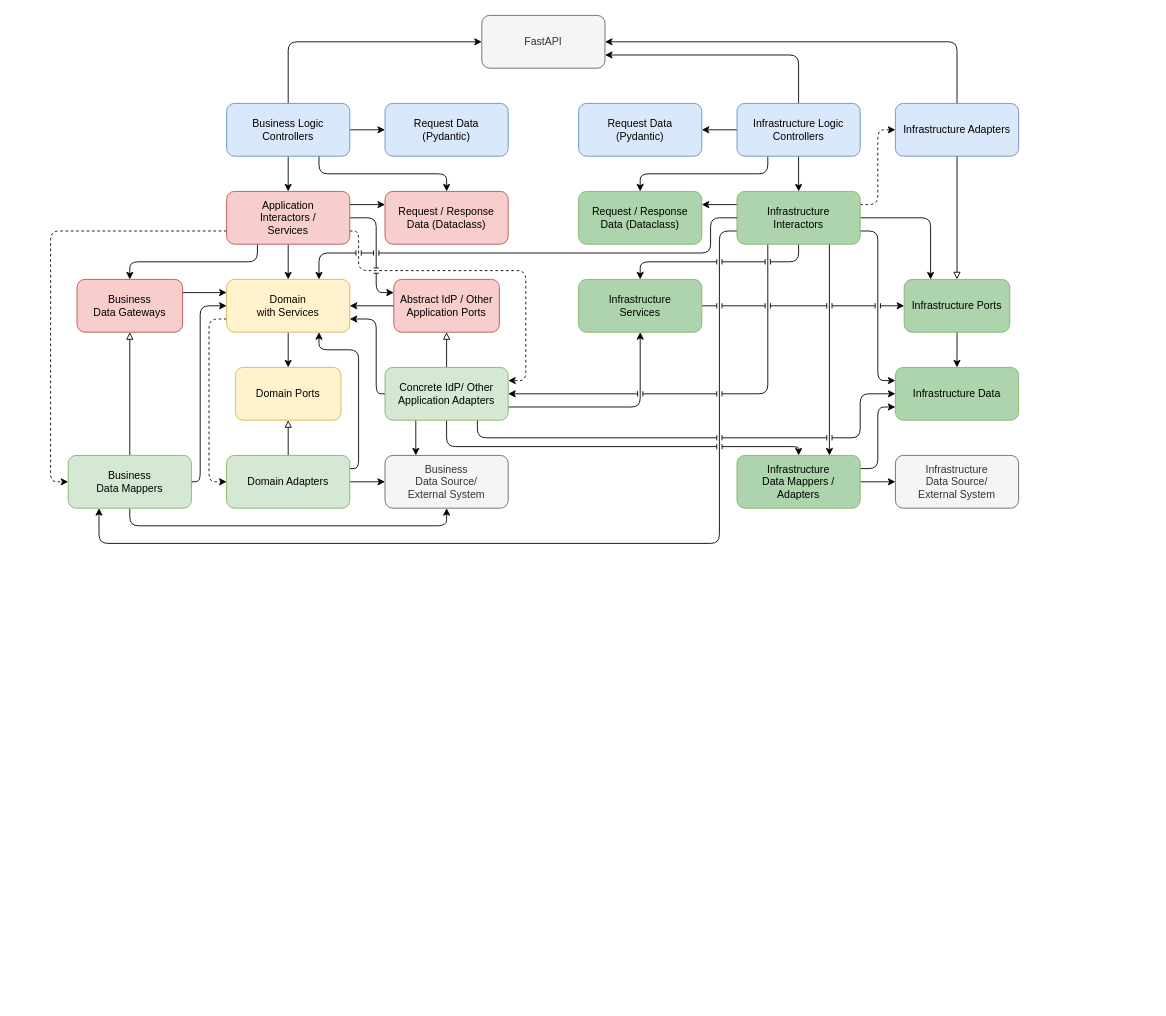
This is docs/draw.io/dep_graph_detail_white.drawio from ivan-borovets/fastapi-clean-example, a draw.io file, before an edit. Source tidied: cells renumbered, new cells numbered last; positions are measured from the earlier drawing's top-left corner, leaving out a move shared by most shapes. Both pictures are drawn from the tidied source at 88%, with x=0, y=0 at pixel (50, 15).
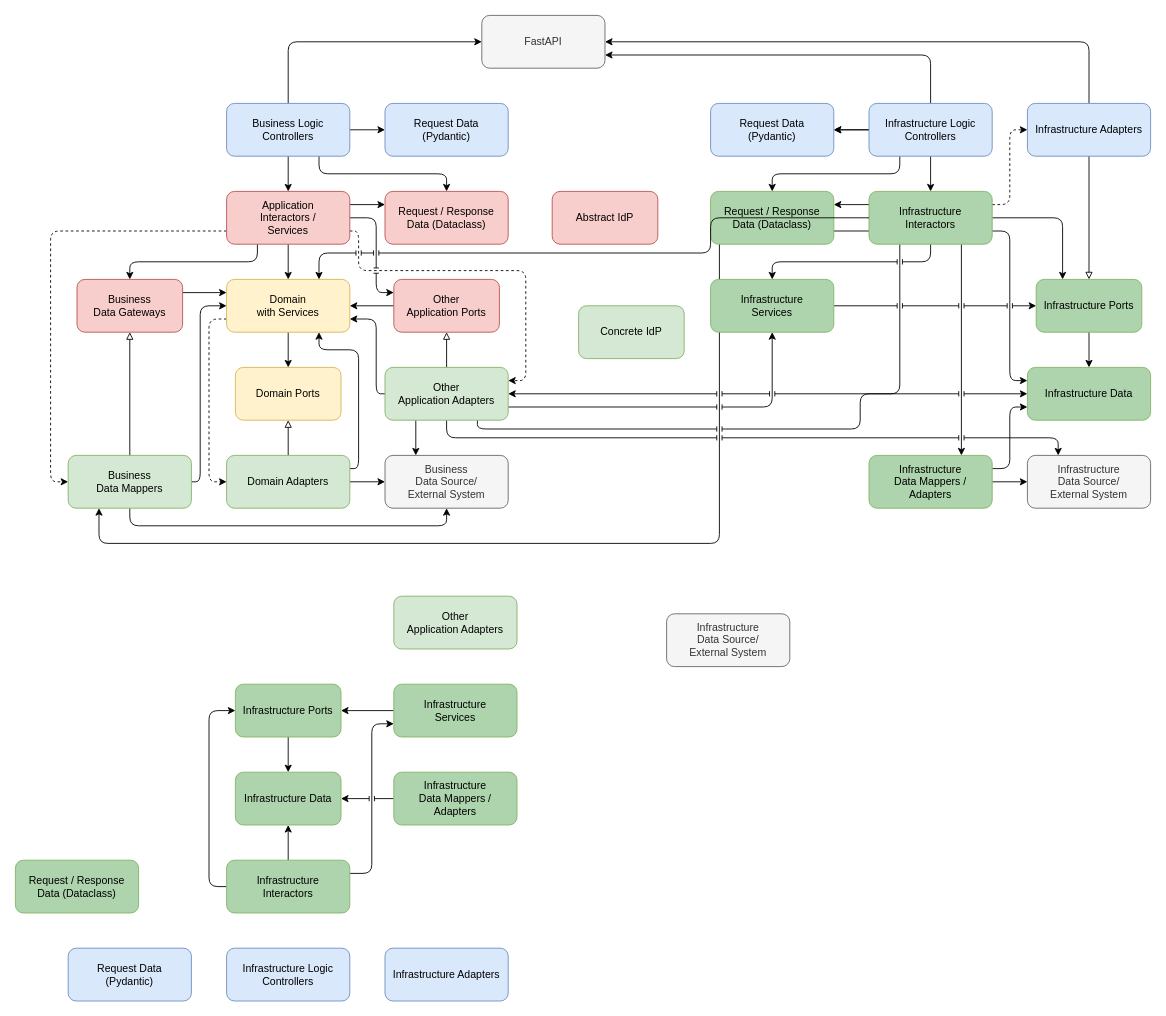
Above is the later version.

Change to the diagram source:
```diff
@@
     <mxCell id="5" style="edgeStyle=orthogonalEdgeStyle;rounded=1;jettySize=auto;html=1;exitX=0.75;exitY=1;exitDx=0;exitDy=0;entryX=0;entryY=0.5;entryDx=0;entryDy=0;jumpStyle=line;curved=0;" parent="1" edge="1" source="22" target="66">
       <mxGeometry relative="1" as="geometry">
         <Array as="points">
-          <mxPoint x="485" y="480" />
-          <mxPoint x="920" y="480" />
+          <mxPoint x="485" y="470" />
+          <mxPoint x="920" y="470" />
           <mxPoint x="920" y="430" />
         </Array>
       </mxGeometry>
     </mxCell>
@@
-    <mxCell id="16" value="Abstract IdP /&amp;nbsp;&lt;span style=&quot;background-color: initial;&quot;&gt;Other&lt;/span&gt;&lt;div&gt;Application Ports&lt;/div&gt;" style="rounded=1;whiteSpace=wrap;html=1;fillColor=#f8cecc;strokeColor=#b85450;" parent="1" vertex="1">
+    <mxCell id="16" value="&lt;span style=&quot;background-color: initial;&quot;&gt;Other&lt;/span&gt;&lt;div&gt;Application Ports&lt;/div&gt;" style="rounded=1;whiteSpace=wrap;html=1;fillColor=#f8cecc;strokeColor=#b85450;" parent="1" vertex="1">
       <mxGeometry x="390" y="300" width="120" height="60" as="geometry" />
     </mxCell>
@@
-    <mxCell id="20" style="edgeStyle=orthogonalEdgeStyle;rounded=1;jettySize=auto;html=1;exitX=0.5;exitY=1;exitDx=0;exitDy=0;entryX=0.5;entryY=0;entryDx=0;entryDy=0;curved=0;jumpStyle=line;" parent="1" edge="1" source="22" target="51">
+    <mxCell id="20" style="edgeStyle=orthogonalEdgeStyle;rounded=1;jettySize=auto;html=1;exitX=0.5;exitY=1;exitDx=0;exitDy=0;entryX=0.25;entryY=0;entryDx=0;entryDy=0;curved=0;jumpStyle=line;" parent="1" edge="1" source="22" target="65">
       <mxGeometry relative="1" as="geometry">
         <Array as="points">
-          <mxPoint x="450" y="490" />
-          <mxPoint x="850" y="490" />
+          <mxPoint x="450" y="480" />
+          <mxPoint x="1145" y="480" />
         </Array>
       </mxGeometry>
     </mxCell>
@@
-    <mxCell id="22" value="Concrete IdP/ Other&lt;br&gt;Application Adapters" style="rounded=1;whiteSpace=wrap;html=1;fillColor=#d5e8d4;strokeColor=#82b366;" parent="1" vertex="1">
+    <mxCell id="22" value="&lt;div&gt;&lt;span style=&quot;background-color: initial;&quot;&gt;Other&lt;/span&gt;&lt;/div&gt;Application Adapters" style="rounded=1;whiteSpace=wrap;html=1;fillColor=#d5e8d4;strokeColor=#82b366;" parent="1" vertex="1">
       <mxGeometry x="380" y="400" width="140" height="60" as="geometry" />
     </mxCell>
@@
     <mxCell id="38" style="edgeStyle=orthogonalEdgeStyle;rounded=1;jettySize=auto;html=1;exitX=1;exitY=0.25;exitDx=0;exitDy=0;entryX=0;entryY=0.5;entryDx=0;entryDy=0;dashed=1;flowAnimation=1;flowAnimationDirection=reverse;curved=0;" parent="1" edge="1" source="42" target="62">
       <mxGeometry relative="1" as="geometry">
         <Array as="points">
-          <mxPoint x="940" y="215" />
-          <mxPoint x="940" y="130" />
+          <mxPoint x="1090" y="215" />
+          <mxPoint x="1090" y="130" />
         </Array>
       </mxGeometry>
     </mxCell>
     <mxCell id="39" style="edgeStyle=orthogonalEdgeStyle;rounded=1;jettySize=auto;html=1;exitX=1;exitY=0.75;exitDx=0;exitDy=0;entryX=0;entryY=0.25;entryDx=0;entryDy=0;curved=0;" parent="1" edge="1" source="42" target="66">
       <mxGeometry relative="1" as="geometry">
         <Array as="points">
-          <mxPoint x="940" y="245" />
-          <mxPoint x="940" y="415" />
+          <mxPoint x="1090" y="245" />
+          <mxPoint x="1090" y="415" />
         </Array>
       </mxGeometry>
     </mxCell>
@@
     <mxCell id="42" value="Infrastructure&lt;br&gt;Interactors" style="rounded=1;whiteSpace=wrap;html=1;fillColor=#ADD4AC;strokeColor=#82b366;gradientColor=none;" parent="1" vertex="1">
-      <mxGeometry x="780" y="200" width="140" height="60" as="geometry" />
+      <mxGeometry x="930" y="200" width="140" height="60" as="geometry" />
     </mxCell>
@@
     <mxCell id="45" style="edgeStyle=orthogonalEdgeStyle;rounded=1;jettySize=auto;html=1;exitX=0.25;exitY=1;exitDx=0;exitDy=0;entryX=0.5;entryY=0;entryDx=0;entryDy=0;curved=0;" parent="1" edge="1" source="47" target="48">
       <mxGeometry relative="1" as="geometry">
         <Array as="points">
-          <mxPoint x="815" y="180" />
-          <mxPoint x="670" y="180" />
+          <mxPoint x="965" y="180" />
+          <mxPoint x="820" y="180" />
         </Array>
       </mxGeometry>
     </mxCell>
@@
+    <mxCell id="70" style="edgeStyle=orthogonalEdgeStyle;rounded=0;jettySize=auto;html=1;" parent="1" edge="1" source="47" target="52">
+      <mxGeometry relative="1" as="geometry" />
+    </mxCell>
     <mxCell id="47" value="Infrastructure Logic Controllers" style="rounded=1;whiteSpace=wrap;html=1;fillColor=#dae8fc;strokeColor=#6c8ebf;" parent="1" vertex="1">
-      <mxGeometry x="780" y="100" width="140" height="60" as="geometry" />
+      <mxGeometry x="930" y="100" width="140" height="60" as="geometry" />
     </mxCell>
     <mxCell id="48" value="Request / Response&lt;br&gt;Data&amp;nbsp;&lt;span style=&quot;background-color: initial;&quot;&gt;(Dataclass)&lt;/span&gt;" style="rounded=1;whiteSpace=wrap;html=1;fillColor=#ADD4AC;strokeColor=#82b366;gradientColor=none;" parent="1" vertex="1">
-      <mxGeometry x="600" y="200" width="140" height="60" as="geometry" />
+      <mxGeometry x="750" y="200" width="140" height="60" as="geometry" />
     </mxCell>
@@
     <mxCell id="51" value="Infrastructure&lt;br&gt;Data Mappers /&lt;br&gt;Adapters" style="rounded=1;whiteSpace=wrap;html=1;fillColor=#ADD4AC;strokeColor=#82b366;gradientColor=none;" parent="1" vertex="1">
-      <mxGeometry x="780" y="500" width="140" height="60" as="geometry" />
+      <mxGeometry x="930" y="500" width="140" height="60" as="geometry" />
     </mxCell>
     <mxCell id="52" value="Request Data&lt;div&gt;(Pydantic)&lt;/div&gt;" style="rounded=1;whiteSpace=wrap;html=1;fillColor=#dae8fc;strokeColor=#6c8ebf;" parent="1" vertex="1">
-      <mxGeometry x="600" y="100" width="140" height="60" as="geometry" />
+      <mxGeometry x="750" y="100" width="140" height="60" as="geometry" />
     </mxCell>
@@
     <mxCell id="62" value="Infrastructure Adapters" style="rounded=1;whiteSpace=wrap;html=1;fillColor=#dae8fc;strokeColor=#6c8ebf;" parent="1" vertex="1">
-      <mxGeometry x="960" y="100" width="140" height="60" as="geometry" />
+      <mxGeometry x="1110" y="100" width="140" height="60" as="geometry" />
     </mxCell>
@@
     <mxCell id="64" value="Infrastructure Ports" style="rounded=1;whiteSpace=wrap;html=1;fillColor=#ADD4AC;strokeColor=#82b366;gradientColor=none;" parent="1" vertex="1">
-      <mxGeometry x="970" y="300" width="120" height="60" as="geometry" />
+      <mxGeometry x="1120" y="300" width="120" height="60" as="geometry" />
     </mxCell>
     <mxCell id="65" value="Infrastructure&lt;br&gt;Data Source/&lt;br&gt;External System" style="rounded=1;whiteSpace=wrap;html=1;fillColor=#f5f5f5;strokeColor=#666666;fontColor=#333333;" parent="1" vertex="1">
-      <mxGeometry x="960" y="500" width="140" height="60" as="geometry" />
+      <mxGeometry x="1110" y="500" width="140" height="60" as="geometry" />
     </mxCell>
     <mxCell id="66" value="Infrastructure Data" style="rounded=1;whiteSpace=wrap;html=1;fillColor=#ADD4AC;strokeColor=#82b366;gradientColor=none;" parent="1" vertex="1">
-      <mxGeometry x="960" y="400" width="140" height="60" as="geometry" />
+      <mxGeometry x="1110" y="400" width="140" height="60" as="geometry" />
     </mxCell>
@@
     <mxCell id="69" value="Infrastructure&lt;br&gt;Services" style="rounded=1;whiteSpace=wrap;html=1;fillColor=#ADD4AC;strokeColor=#82b366;gradientColor=none;" parent="1" vertex="1">
-      <mxGeometry x="600" y="300" width="140" height="60" as="geometry" />
+      <mxGeometry x="750" y="300" width="140" height="60" as="geometry" />
     </mxCell>
+    <mxCell id="71" value="Concrete IdP" style="rounded=1;whiteSpace=wrap;html=1;fillColor=#d5e8d4;strokeColor=#82b366;" parent="1" vertex="1">
+      <mxGeometry x="600" y="330" width="120" height="60" as="geometry" />
+    </mxCell>
+    <mxCell id="72" value="Abstract IdP" style="rounded=1;whiteSpace=wrap;html=1;fillColor=#f8cecc;strokeColor=#b85450;" parent="1" vertex="1">
+      <mxGeometry x="570" y="200" width="120" height="60" as="geometry" />
+    </mxCell>
+    <mxCell id="73" value="Infrastructure Logic Controllers" style="rounded=1;whiteSpace=wrap;html=1;fillColor=#dae8fc;strokeColor=#6c8ebf;" parent="1" vertex="1">
+      <mxGeometry x="200" y="1060" width="140" height="60" as="geometry" />
+    </mxCell>
+    <mxCell id="74" value="Request Data&lt;div&gt;(Pydantic)&lt;/div&gt;" style="rounded=1;whiteSpace=wrap;html=1;fillColor=#dae8fc;strokeColor=#6c8ebf;" parent="1" vertex="1">
+      <mxGeometry x="20" y="1060" width="140" height="60" as="geometry" />
+    </mxCell>
+    <mxCell id="75" value="Infrastructure Adapters" style="rounded=1;whiteSpace=wrap;html=1;fillColor=#dae8fc;strokeColor=#6c8ebf;" parent="1" vertex="1">
+      <mxGeometry x="380" y="1060" width="140" height="60" as="geometry" />
+    </mxCell>
+    <mxCell id="76" style="edgeStyle=orthogonalEdgeStyle;rounded=0;jettySize=auto;html=1;exitX=0.5;exitY=0;exitDx=0;exitDy=0;entryX=0.5;entryY=1;entryDx=0;entryDy=0;" parent="1" edge="1" source="79" target="83">
+      <mxGeometry relative="1" as="geometry" />
+    </mxCell>
+    <mxCell id="77" style="edgeStyle=orthogonalEdgeStyle;rounded=1;jettySize=auto;html=1;exitX=1;exitY=0.25;exitDx=0;exitDy=0;entryX=0;entryY=0.75;entryDx=0;entryDy=0;curved=0;" parent="1" edge="1" source="79" target="89">
+      <mxGeometry relative="1" as="geometry" />
+    </mxCell>
+    <mxCell id="78" style="edgeStyle=orthogonalEdgeStyle;rounded=1;jettySize=auto;html=1;exitX=0;exitY=0.5;exitDx=0;exitDy=0;entryX=0;entryY=0.5;entryDx=0;entryDy=0;curved=0;" parent="1" edge="1" source="79" target="82">
+      <mxGeometry relative="1" as="geometry" />
+    </mxCell>
+    <mxCell id="79" value="Infrastructure&lt;br&gt;Interactors" style="rounded=1;whiteSpace=wrap;html=1;fillColor=#ADD4AC;strokeColor=#82b366;gradientColor=none;" parent="1" vertex="1">
+      <mxGeometry x="200" y="960" width="140" height="60" as="geometry" />
+    </mxCell>
+    <mxCell id="80" value="Request / Response&lt;br&gt;Data&amp;nbsp;&lt;span style=&quot;background-color: initial;&quot;&gt;(Dataclass)&lt;/span&gt;" style="rounded=1;whiteSpace=wrap;html=1;fillColor=#ADD4AC;strokeColor=#82b366;gradientColor=none;" parent="1" vertex="1">
+      <mxGeometry x="-40" y="960" width="140" height="60" as="geometry" />
+    </mxCell>
+    <mxCell id="81" style="edgeStyle=orthogonalEdgeStyle;rounded=0;jettySize=auto;html=1;exitX=0.5;exitY=1;exitDx=0;exitDy=0;entryX=0.5;entryY=0;entryDx=0;entryDy=0;" parent="1" edge="1" source="82" target="83">
+      <mxGeometry relative="1" as="geometry" />
+    </mxCell>
+    <mxCell id="82" value="Infrastructure Ports" style="rounded=1;whiteSpace=wrap;html=1;fillColor=#ADD4AC;strokeColor=#82b366;gradientColor=none;" parent="1" vertex="1">
+      <mxGeometry x="210" y="760" width="120" height="60" as="geometry" />
+    </mxCell>
+    <mxCell id="83" value="Infrastructure Data" style="rounded=1;whiteSpace=wrap;html=1;fillColor=#ADD4AC;strokeColor=#82b366;gradientColor=none;" parent="1" vertex="1">
+      <mxGeometry x="210" y="860" width="120" height="60" as="geometry" />
+    </mxCell>
+    <mxCell id="84" style="edgeStyle=orthogonalEdgeStyle;rounded=0;jettySize=auto;html=1;exitX=0;exitY=0.5;exitDx=0;exitDy=0;entryX=1;entryY=0.5;entryDx=0;entryDy=0;jumpStyle=line;" parent="1" edge="1" source="85" target="83">
+      <mxGeometry relative="1" as="geometry" />
+    </mxCell>
+    <mxCell id="85" value="Infrastructure&lt;br&gt;Data Mappers /&lt;br&gt;Adapters" style="rounded=1;whiteSpace=wrap;html=1;fillColor=#ADD4AC;strokeColor=#82b366;gradientColor=none;" parent="1" vertex="1">
+      <mxGeometry x="390" y="860" width="140" height="60" as="geometry" />
+    </mxCell>
+    <mxCell id="86" value="Infrastructure&lt;br&gt;Data Source/&lt;br&gt;External System" style="rounded=1;whiteSpace=wrap;html=1;fillColor=#f5f5f5;strokeColor=#666666;fontColor=#333333;" parent="1" vertex="1">
+      <mxGeometry x="700" y="680" width="140" height="60" as="geometry" />
+    </mxCell>
+    <mxCell id="87" value="&lt;div&gt;&lt;span style=&quot;background-color: initial;&quot;&gt;Other&lt;/span&gt;&lt;/div&gt;Application Adapters" style="rounded=1;whiteSpace=wrap;html=1;fillColor=#d5e8d4;strokeColor=#82b366;" parent="1" vertex="1">
+      <mxGeometry x="390" y="660" width="140" height="60" as="geometry" />
+    </mxCell>
+    <mxCell id="88" style="edgeStyle=orthogonalEdgeStyle;rounded=0;jettySize=auto;html=1;exitX=0;exitY=0.5;exitDx=0;exitDy=0;entryX=1;entryY=0.5;entryDx=0;entryDy=0;" parent="1" edge="1" source="89" target="82">
+      <mxGeometry relative="1" as="geometry" />
+    </mxCell>
+    <mxCell id="89" value="Infrastructure&lt;br&gt;Services" style="rounded=1;whiteSpace=wrap;html=1;fillColor=#ADD4AC;strokeColor=#82b366;gradientColor=none;" parent="1" vertex="1">
+      <mxGeometry x="390" y="760" width="140" height="60" as="geometry" />
+    </mxCell>
```
